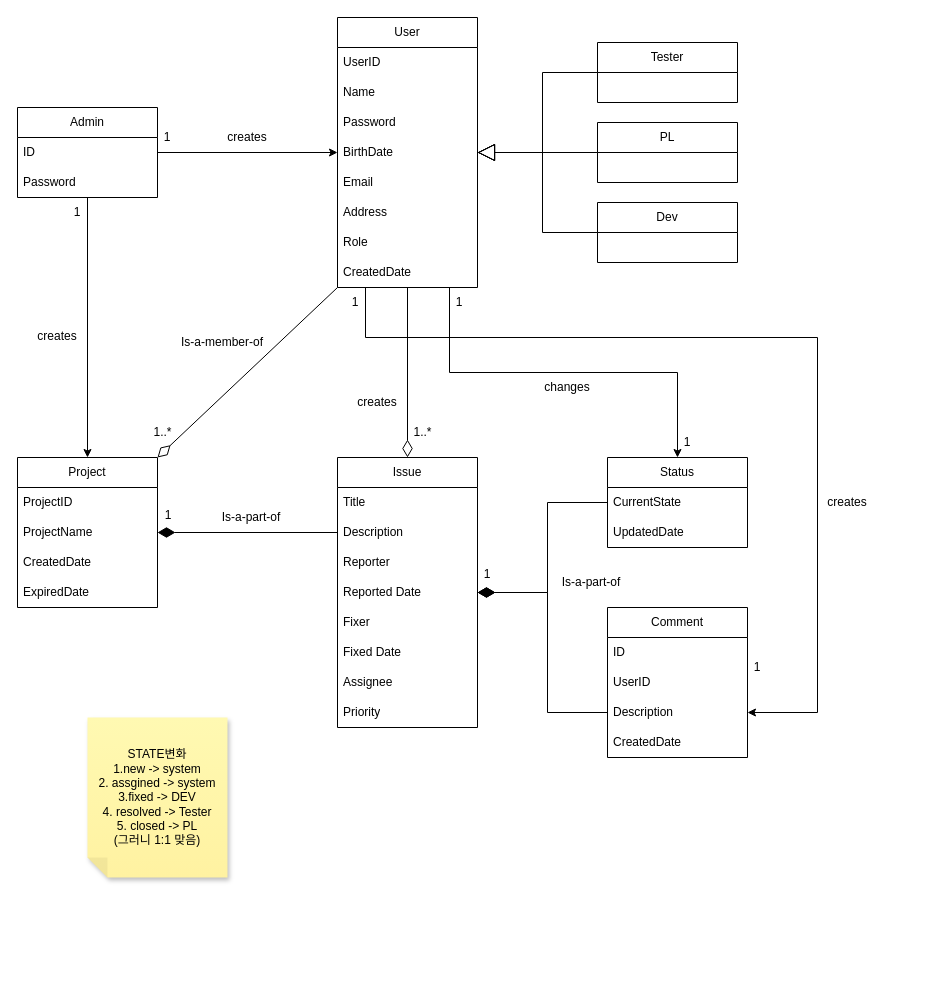
This is 다이어그램 모음집/도메인 모델-2.drawio from LuisYou/Term_Project_19, a draw.io file, before an edit. Source tidied: cells renumbered, new cells numbered last; positions are measured from the earlier drawing's top-left corner, leaving out a move shared by most shapes. Both pictures are drawn from the tidied source at 100%, with x=0, y=0 at pixel (17, 17).
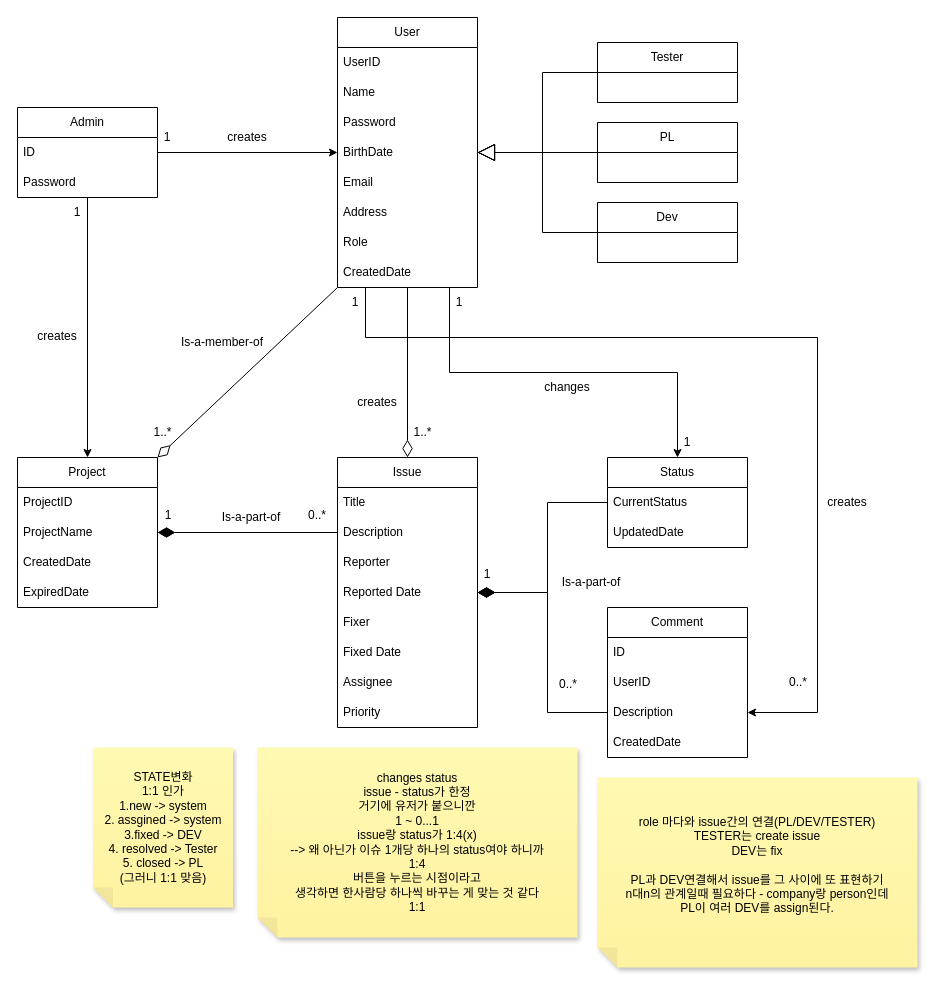
The same diagram, later.

Commit message:
도메인 모델 최종(수정).drawio 업데이트

The change refers to these unchanged cells:
```xml
<mxCell id="43" value="Status" style="swimlane;fontStyle=0;horizontal=1;startSize=30;whiteSpace=wrap;html=1;" parent="1" vertex="1">
  <mxGeometry x="590" y="440" width="140" height="90" as="geometry" />
</mxCell>
```

Change to the diagram source:
```diff
@@
-    <mxCell id="44" value="CurrentState" style="text;strokeColor=none;fillColor=none;align=left;verticalAlign=middle;spacingLeft=4;spacingRight=4;overflow=hidden;points=[[0,0.5],[1,0.5]];portConstraint=eastwest;whiteSpace=wrap;html=1;" parent="43" vertex="1">
+    <mxCell id="44" value="CurrentStatus" style="text;strokeColor=none;fillColor=none;align=left;verticalAlign=middle;spacingLeft=4;spacingRight=4;overflow=hidden;points=[[0,0.5],[1,0.5]];portConstraint=eastwest;whiteSpace=wrap;html=1;" parent="43" vertex="1">
       <mxGeometry y="30" width="140" height="30" as="geometry" />
     </mxCell>
@@
-    <mxCell id="56" value="1" style="text;html=1;align=center;verticalAlign=middle;whiteSpace=wrap;rounded=0;" parent="1" vertex="1">
-      <mxGeometry x="730" y="635" width="20" height="30" as="geometry" />
+    <mxCell id="56" value="0..*" style="text;html=1;align=center;verticalAlign=middle;whiteSpace=wrap;rounded=0;" parent="1" vertex="1">
+      <mxGeometry x="771" y="650" width="20" height="30" as="geometry" />
     </mxCell>
@@
-    <mxCell id="69" value="&lt;div&gt;STATE변화&lt;/div&gt;&lt;div&gt;1.new -&amp;gt; system&lt;/div&gt;&lt;div&gt;2. assgined -&amp;gt; system&lt;/div&gt;&lt;div&gt;3.fixed -&amp;gt; DEV&lt;/div&gt;&lt;div&gt;4. resolved -&amp;gt; Tester&lt;/div&gt;&lt;div&gt;5. closed -&amp;gt; PL &lt;br&gt;&lt;/div&gt;&lt;div&gt;(그러니 1:1 맞음)&lt;br&gt;&lt;/div&gt;" style="shape=note;whiteSpace=wrap;html=1;backgroundOutline=1;fontColor=#000000;darkOpacity=0.05;fillColor=#FFF9B2;strokeColor=none;fillStyle=solid;direction=west;gradientDirection=north;gradientColor=#FFF2A1;shadow=1;size=20;" parent="1" vertex="1">
-      <mxGeometry x="70" y="700" width="140" height="160" as="geometry" />
+    <mxCell id="69" value="&lt;div&gt;STATE변화 &lt;br&gt;1:1 인가&lt;br&gt;&lt;/div&gt;&lt;div&gt;1.new -&amp;gt; system&lt;/div&gt;&lt;div&gt;2. assgined -&amp;gt; system&lt;/div&gt;&lt;div&gt;3.fixed -&amp;gt; DEV&lt;/div&gt;&lt;div&gt;4. resolved -&amp;gt; Tester&lt;/div&gt;&lt;div&gt;5. closed -&amp;gt; PL &lt;br&gt;&lt;/div&gt;&lt;div&gt;(그러니 1:1 맞음)&lt;br&gt;&lt;/div&gt;" style="shape=note;whiteSpace=wrap;html=1;backgroundOutline=1;fontColor=#000000;darkOpacity=0.05;fillColor=#FFF9B2;strokeColor=none;fillStyle=solid;direction=west;gradientDirection=north;gradientColor=#FFF2A1;shadow=1;size=20;" parent="1" vertex="1">
+      <mxGeometry x="75.5" y="730" width="140" height="160" as="geometry" />
     </mxCell>
+    <mxCell id="70" value="&lt;div&gt;changes status&lt;/div&gt;&lt;div&gt;issue - status가 한정&lt;br&gt;거기에 유저가 붙으니깐&lt;br&gt;1 ~ 0...1 &lt;br&gt;&lt;/div&gt;&lt;div&gt;issue랑 status가 1:4(x)&lt;br&gt;--&amp;gt; 왜 아닌가 이슈 1개당 하나의 status여야 하니까&lt;/div&gt;&lt;div&gt;1:4 &lt;br&gt;버튼을 누르는 시점이라고 &lt;br&gt;생각하면 한사람당 하나씩 바꾸는 게 맞는 것 같다&lt;br&gt;1:1&lt;br&gt;&lt;/div&gt;" style="shape=note;whiteSpace=wrap;html=1;backgroundOutline=1;fontColor=#000000;darkOpacity=0.05;fillColor=#FFF9B2;strokeColor=none;fillStyle=solid;direction=west;gradientDirection=north;gradientColor=#FFF2A1;shadow=1;size=20;" parent="1" vertex="1">
+      <mxGeometry x="240" y="730" width="320" height="190" as="geometry" />
+    </mxCell>
+    <mxCell id="71" value="0..*" style="text;html=1;align=center;verticalAlign=middle;whiteSpace=wrap;rounded=0;" parent="1" vertex="1">
+      <mxGeometry x="290" y="483" width="20" height="30" as="geometry" />
+    </mxCell>
+    <mxCell id="72" value="0..*" style="text;html=1;align=center;verticalAlign=middle;whiteSpace=wrap;rounded=0;" parent="1" vertex="1">
+      <mxGeometry x="541" y="652" width="20" height="30" as="geometry" />
+    </mxCell>
+    <mxCell id="73" value="&lt;div&gt;role 마다와 issue간의 연결(PL/DEV/TESTER)&lt;/div&gt;&lt;div&gt;TESTER는 create issue&lt;/div&gt;&lt;div&gt;DEV는 fix&lt;/div&gt;&lt;div&gt;&lt;br&gt;&lt;/div&gt;&lt;div&gt;PL과 DEV연결해서 issue를 그 사이에 또 표현하기&lt;/div&gt;&lt;div&gt;n대n의 관계일때 필요하다 - company랑 person인데&lt;br&gt;PL이 여러 DEV를 assign된다. &lt;br&gt;&lt;/div&gt;&lt;div&gt;&lt;br&gt;&lt;/div&gt;" style="shape=note;whiteSpace=wrap;html=1;backgroundOutline=1;fontColor=#000000;darkOpacity=0.05;fillColor=#FFF9B2;strokeColor=none;fillStyle=solid;direction=west;gradientDirection=north;gradientColor=#FFF2A1;shadow=1;size=20;" parent="1" vertex="1">
+      <mxGeometry x="580" y="760" width="320" height="190" as="geometry" />
+    </mxCell>
```
